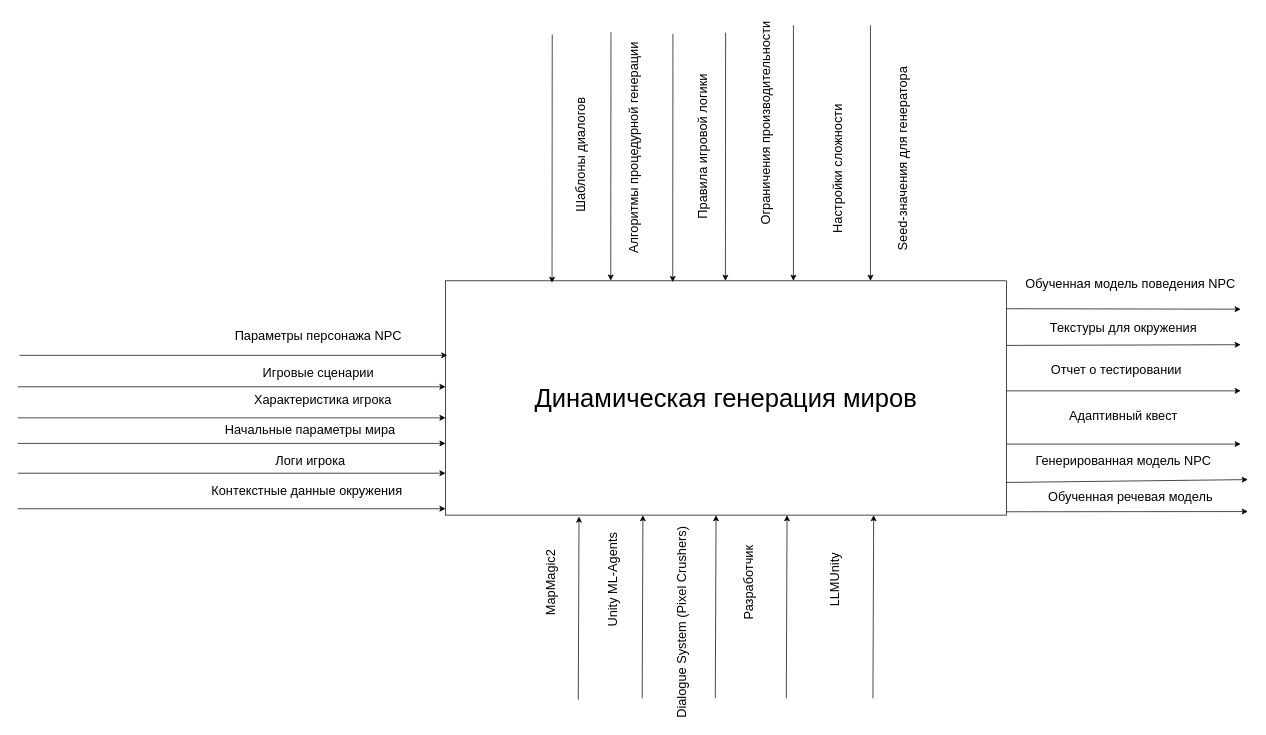
Earlier version of the draw.io diagram IDEF0.drawio (Slavik993/Diplom_Shebanov_2026). Source tidied: cells renumbered, new cells numbered last; positions are measured from the earlier drawing's top-left corner, leaving out a move shared by most shapes. Both pictures are drawn from the tidied source at 71%, with x=0, y=0 at pixel (18, 25).
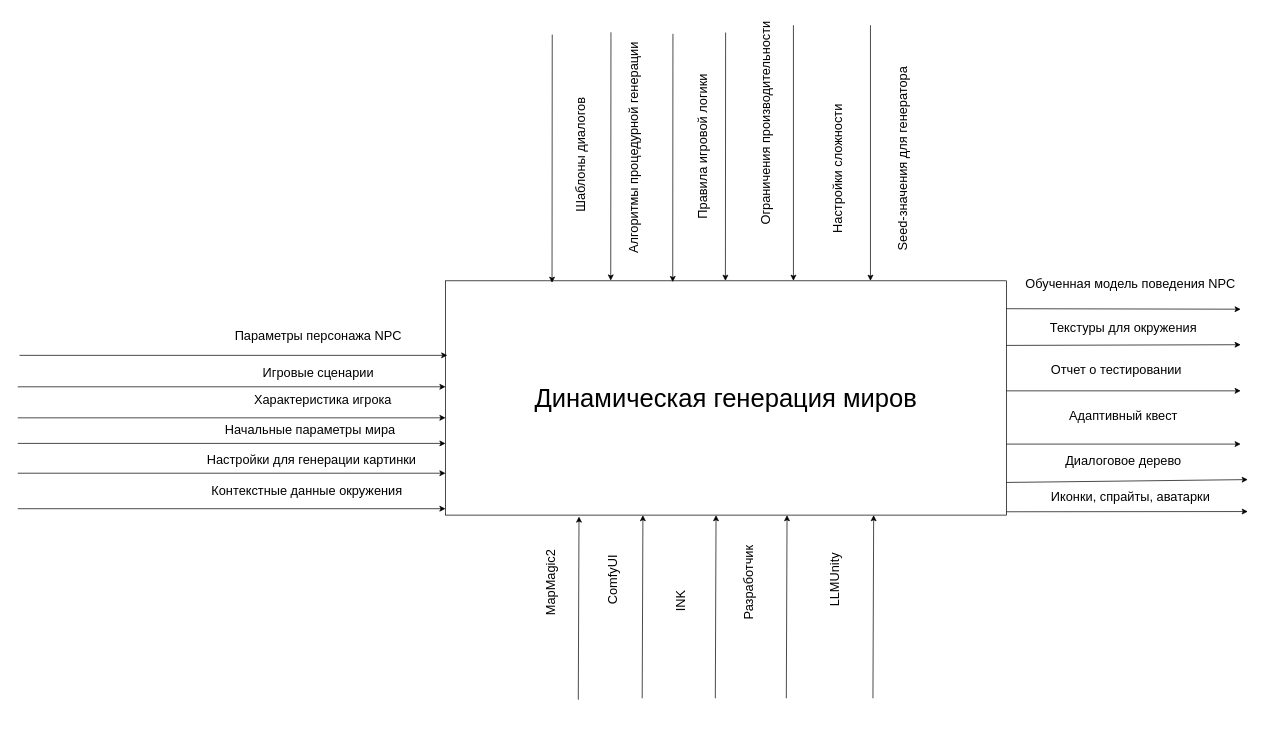
After the change.

What changed in the source:
```diff
@@
-    <mxCell id="13" value="&lt;span style=&quot;font-size: 18px;&quot;&gt;Логи игрока&lt;/span&gt;" style="text;html=1;align=center;verticalAlign=middle;whiteSpace=wrap;rounded=0;" parent="1" vertex="1">
-      <mxGeometry x="322" y="589" width="180" height="50" as="geometry" />
+    <mxCell id="13" value="&lt;span style=&quot;font-size: 18px;&quot;&gt;Настройки для генерации картинки&lt;/span&gt;" style="text;html=1;align=center;verticalAlign=middle;whiteSpace=wrap;rounded=0;" parent="1" vertex="1">
+      <mxGeometry x="260" y="587" width="307" height="50" as="geometry" />
     </mxCell>
@@
-    <mxCell id="25" value="&lt;span style=&quot;font-size: 18px;&quot;&gt;Генерированная модель NPC&lt;/span&gt;" style="text;html=1;align=center;verticalAlign=middle;whiteSpace=wrap;rounded=0;" parent="1" vertex="1">
+    <mxCell id="25" value="&lt;span style=&quot;font-size: 18px;&quot;&gt;Диалоговое дерево&lt;/span&gt;" style="text;html=1;align=center;verticalAlign=middle;whiteSpace=wrap;rounded=0;" parent="1" vertex="1">
       <mxGeometry x="1427" y="589" width="260" height="50" as="geometry" />
     </mxCell>
-    <mxCell id="26" value="&lt;span style=&quot;font-size: 18px;&quot;&gt;Обученная речевая модель&lt;/span&gt;" style="text;html=1;align=center;verticalAlign=middle;whiteSpace=wrap;rounded=0;" parent="1" vertex="1">
+    <mxCell id="26" value="&lt;span style=&quot;font-size: 18px;&quot;&gt;Иконки, спрайты, аватарки&lt;/span&gt;" style="text;html=1;align=center;verticalAlign=middle;whiteSpace=wrap;rounded=0;" parent="1" vertex="1">
       <mxGeometry x="1422" y="640" width="290" height="50" as="geometry" />
     </mxCell>
@@
-    <mxCell id="28" value="&lt;div style=&quot;text-align: left;&quot;&gt;&lt;span style=&quot;font-size: 18px;&quot;&gt;Unity ML-Agents&lt;/span&gt;&lt;/div&gt;" style="text;html=1;align=center;verticalAlign=middle;whiteSpace=wrap;rounded=0;rotation=-90;" parent="1" vertex="1">
+    <mxCell id="28" value="&lt;div style=&quot;text-align: left;&quot;&gt;&lt;span style=&quot;font-size: 18px;&quot;&gt;ComfyUI&lt;/span&gt;&lt;/div&gt;" style="text;html=1;align=center;verticalAlign=middle;whiteSpace=wrap;rounded=0;rotation=-90;" parent="1" vertex="1">
       <mxGeometry x="762" y="766" width="152" height="30" as="geometry" />
     </mxCell>
-    <mxCell id="29" value="&lt;div style=&quot;text-align: left;&quot;&gt;&lt;span style=&quot;font-size: 18px;&quot;&gt;Dialogue System (Pixel Crushers)&lt;/span&gt;&lt;/div&gt;" style="text;html=1;align=center;verticalAlign=middle;whiteSpace=wrap;rounded=0;rotation=-90;" parent="1" vertex="1">
-      <mxGeometry x="794" y="826" width="282" height="30" as="geometry" />
+    <mxCell id="29" value="&lt;div style=&quot;text-align: left;&quot;&gt;&lt;span style=&quot;font-size: 18px;&quot;&gt;INK&lt;/span&gt;&lt;/div&gt;" style="text;html=1;align=center;verticalAlign=middle;whiteSpace=wrap;rounded=0;rotation=-90;" parent="1" vertex="1">
+      <mxGeometry x="793" y="796" width="282" height="30" as="geometry" />
     </mxCell>
```
